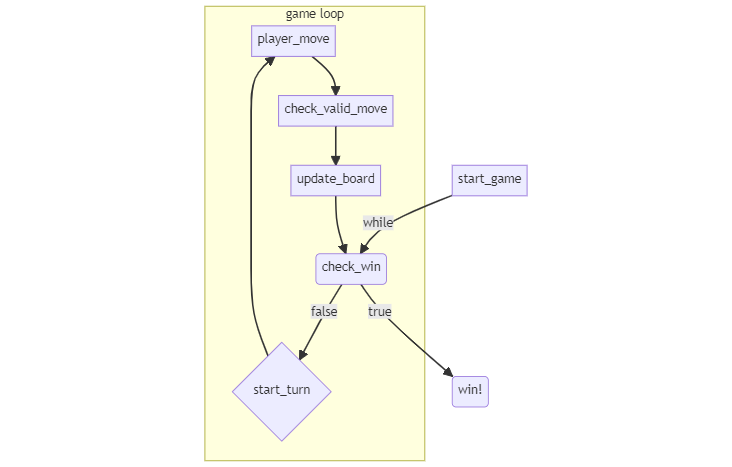
Before: infrastructure_diagram.png, a diagram exported from Mermaid (MarsBarLee/tic-tactless-toe). Its source is kept beside it as infrastructure_diagram.mermaid. Source of this version:
```mermaid
flowchart TD
    A[start_game] -->|while| B(check_win) --> |true| G(win!)
    B -->|false| C{start_turn}
    subgraph game loop
    C --> D[player_move]
    D --> E[check_valid_move]
    E --> F[update_board]
    F --> B
    end

```
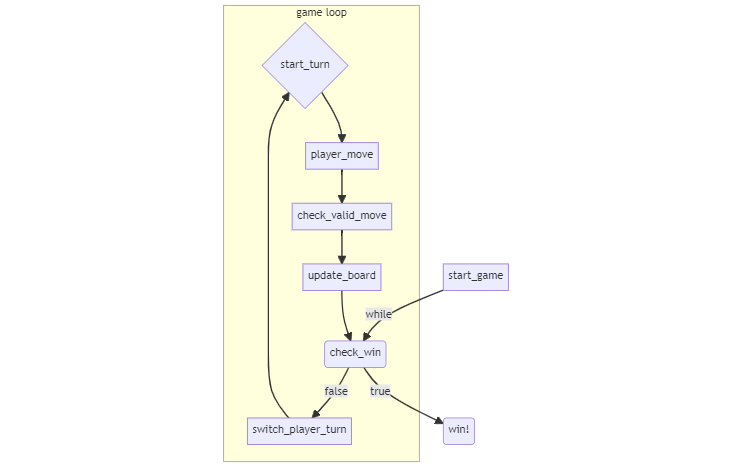
After the commit.

Commit message:
Add switch_player_turn to mermaid.js diagram

Change to the diagram source:
```diff
@@ -1,10 +1,10 @@
 flowchart TD
     A[start_game] -->|while| B(check_win) --> |true| G(win!)
-    B -->|false| C{start_turn}
+    B -->|false| H[switch_player_turn]
     subgraph game loop
+    H --> C{start_turn}
     C --> D[player_move]
     D --> E[check_valid_move]
     E --> F[update_board]
     F --> B
     end
-
```
